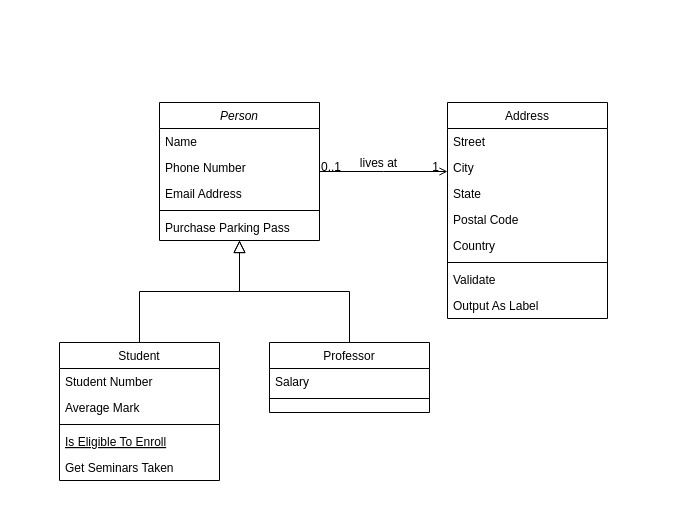
The draw.io diagram Diagrama sin título.drawio in jeissonj/uml_ejemplo, before the edit. Source tidied: cells renumbered, new cells numbered last; positions are measured from the earlier drawing's top-left corner, leaving out a move shared by most shapes. Both pictures are drawn from the tidied source at 100%, with x=0, y=0 at pixel (59, 102).
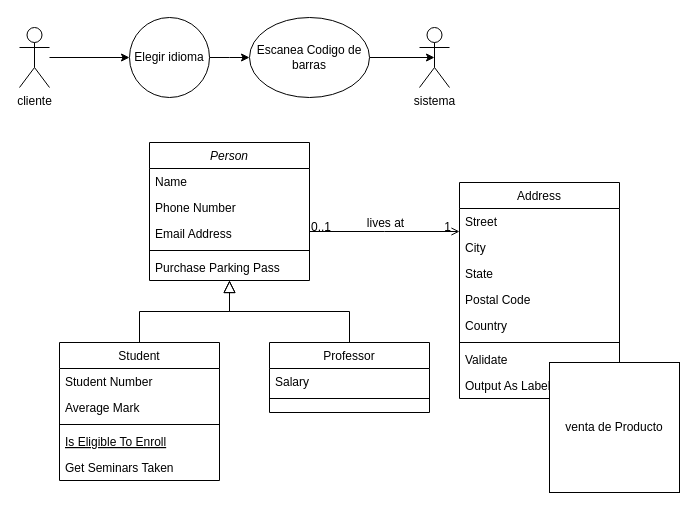
The same page after the edit.

Change to the diagram source:
```diff
@@
     <mxCell id="2" value="Person" style="swimlane;fontStyle=2;align=center;verticalAlign=top;horizontal=1;startSize=26;rounded=0;shadow=0;strokeWidth=1;" parent="1" vertex="1">
-      <mxGeometry x="100" width="160" height="138" as="geometry" />
+      <mxGeometry x="90" y="40" width="160" height="138" as="geometry" />
     </mxCell>
@@
     <mxCell id="19" value="Address" style="swimlane;fontStyle=0;align=center;verticalAlign=top;horizontal=1;startSize=26;rounded=0;shadow=0;strokeWidth=1;" parent="1" vertex="1">
-      <mxGeometry x="388" width="160" height="216" as="geometry" />
+      <mxGeometry x="400" y="80" width="160" height="216" as="geometry" />
     </mxCell>
@@
+    <mxCell id="32" style="edgeStyle=orthogonalEdgeStyle;rounded=0;jettySize=auto;html=1;entryX=0;entryY=0.5;entryDx=0;entryDy=0;fontFamily=Helvetica;" parent="1" edge="1" source="33" target="36">
+      <mxGeometry relative="1" as="geometry" />
+    </mxCell>
+    <mxCell id="33" value="cliente" style="shape=umlActor;verticalLabelPosition=bottom;verticalAlign=top;html=1;outlineConnect=0;" parent="1" vertex="1">
+      <mxGeometry x="-40" y="-75" width="30" height="60" as="geometry" />
+    </mxCell>
+    <mxCell id="34" value="venta de Producto" style="whiteSpace=wrap;html=1;fontFamily=Helvetica;" parent="1" vertex="1">
+      <mxGeometry x="490" y="260" width="130" height="130" as="geometry" />
+    </mxCell>
+    <mxCell id="35" style="edgeStyle=orthogonalEdgeStyle;rounded=0;jettySize=auto;html=1;fontFamily=Helvetica;" parent="1" edge="1" source="36">
+      <mxGeometry relative="1" as="geometry">
+        <mxPoint x="190" y="-45" as="targetPoint" />
+      </mxGeometry>
+    </mxCell>
+    <mxCell id="36" value="Elegir idioma" style="ellipse;whiteSpace=wrap;html=1;fontFamily=Helvetica;" parent="1" vertex="1">
+      <mxGeometry x="70" y="-85" width="80" height="80" as="geometry" />
+    </mxCell>
+    <mxCell id="37" style="edgeStyle=orthogonalEdgeStyle;rounded=0;jettySize=auto;html=1;exitX=1;exitY=0.5;exitDx=0;exitDy=0;entryX=0.5;entryY=0.5;entryDx=0;entryDy=0;entryPerimeter=0;fontFamily=Helvetica;" parent="1" edge="1" source="38" target="39">
+      <mxGeometry relative="1" as="geometry" />
+    </mxCell>
+    <mxCell id="38" value="Escanea Codigo de barras" style="ellipse;whiteSpace=wrap;html=1;fontFamily=Helvetica;" parent="1" vertex="1">
+      <mxGeometry x="190" y="-85" width="120" height="80" as="geometry" />
+    </mxCell>
+    <mxCell id="39" value="sistema" style="shape=umlActor;verticalLabelPosition=bottom;verticalAlign=top;html=1;outlineConnect=0;fontFamily=Helvetica;" parent="1" vertex="1">
+      <mxGeometry x="360" y="-75" width="30" height="60" as="geometry" />
+    </mxCell>
```
